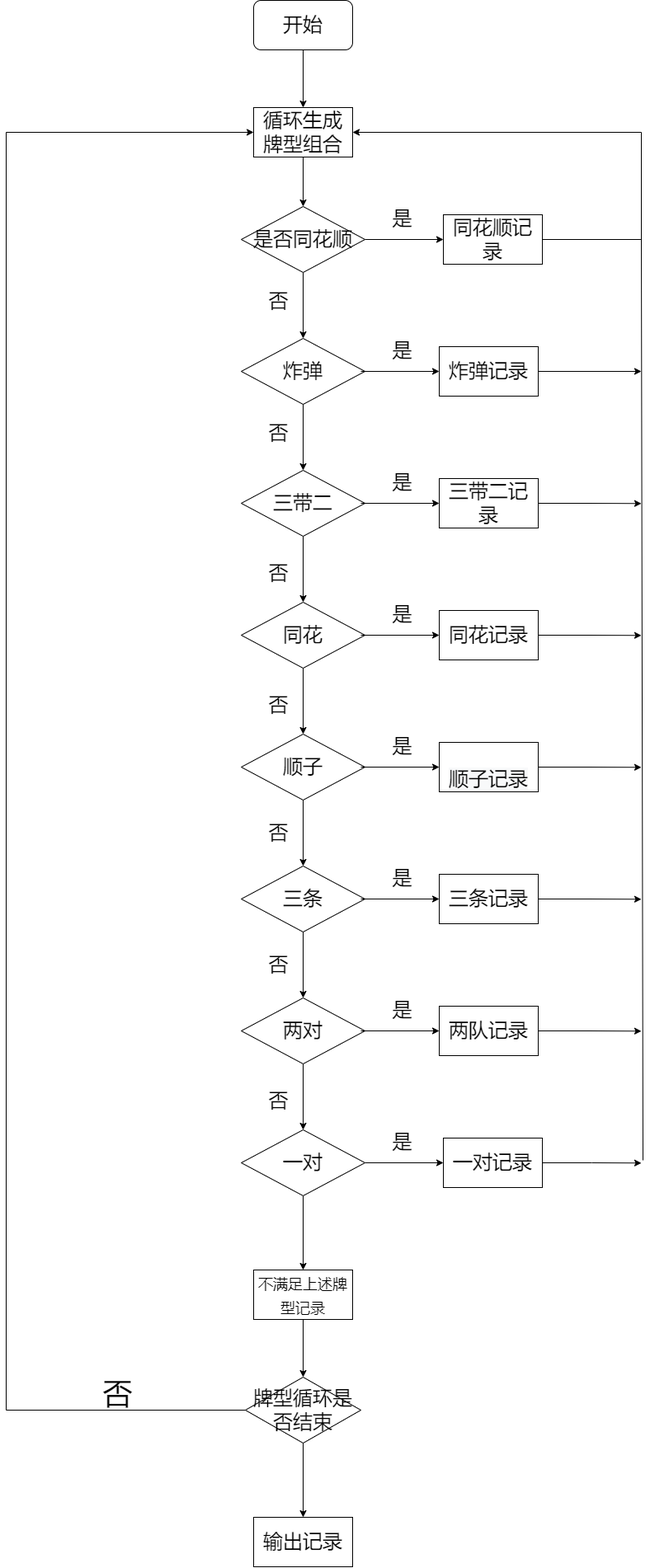
The draw.io diagram Untitled Diagram.drawio.png in whitesweater/first_, before a commit. Source tidied: cells renumbered, new cells last; positions are measured from the earlier drawing's top-left corner, leaving out a move shared by most shapes.
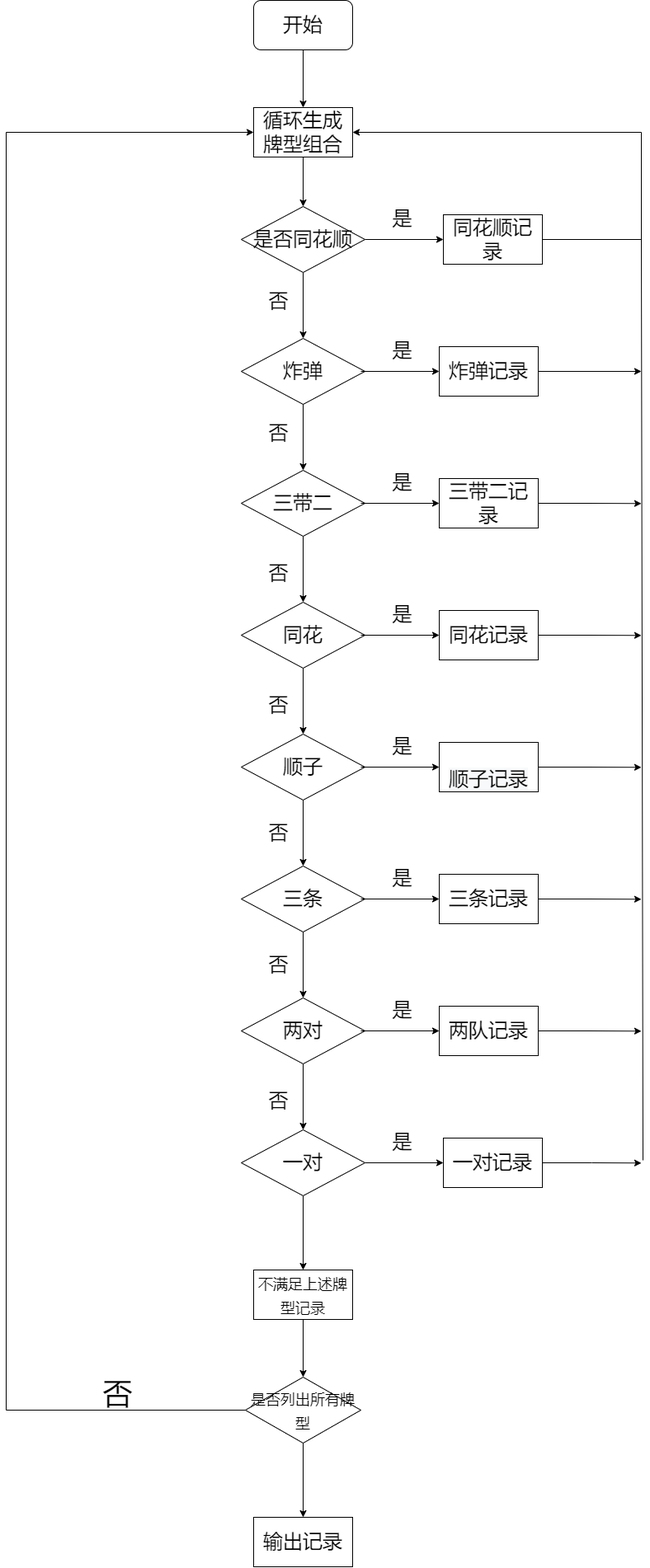
After the change.

Change to the diagram source:
```diff
@@ -216,7 +216,7 @@
     <mxCell id="59" style="edgeStyle=orthogonalEdgeStyle;rounded=0;jettySize=auto;html=1;fontSize=36;" parent="1" edge="1" source="60" target="62">
       <mxGeometry relative="1" as="geometry" />
     </mxCell>
-    <mxCell id="60" value="牌型循环是否结束" style="rhombus;whiteSpace=wrap;html=1;fontSize=24;" parent="1" vertex="1">
+    <mxCell id="60" value="&lt;font style=&quot;font-size: 18px&quot;&gt;是否列出所有牌型&lt;/font&gt;" style="rhombus;whiteSpace=wrap;html=1;fontSize=24;" parent="1" vertex="1">
       <mxGeometry x="290" y="1670" width="140" height="80" as="geometry" />
     </mxCell>
     <mxCell id="61" value="&lt;font style=&quot;font-size: 36px&quot;&gt;否&lt;/font&gt;" style="text;html=1;align=center;verticalAlign=middle;strokeColor=none;fillColor=none;fontSize=24;" parent="1" vertex="1">
```
